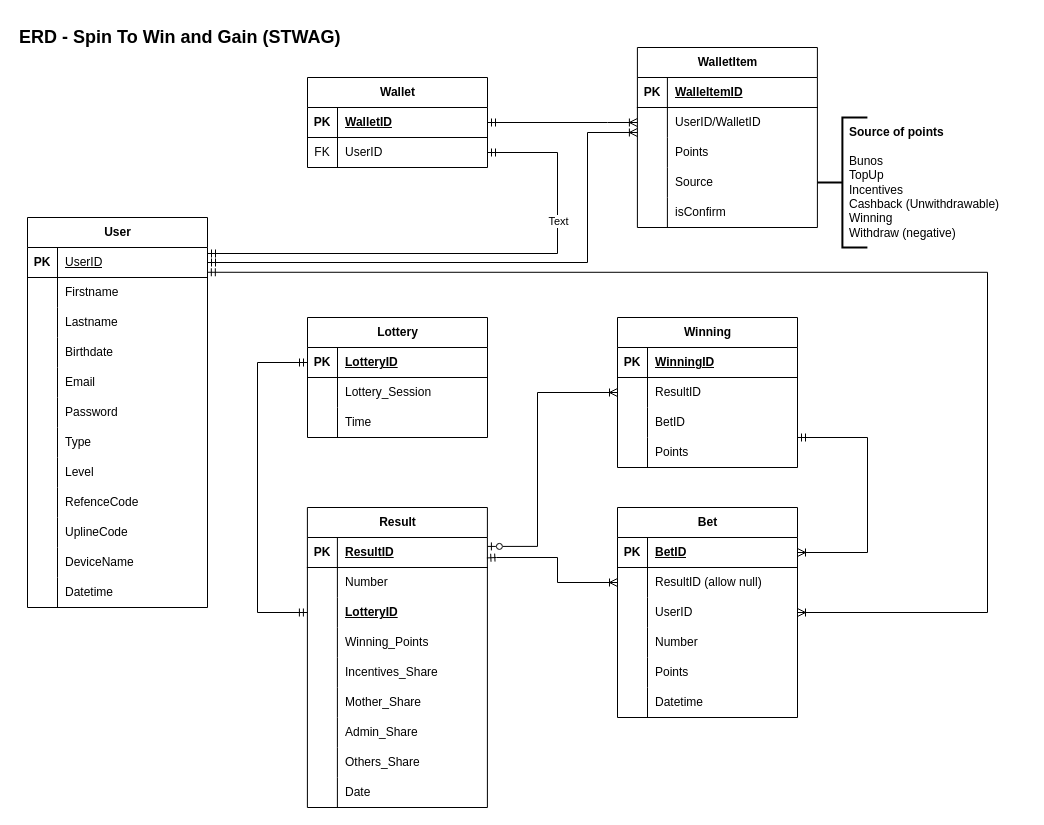
ediangca/STWAG keeps this draw.io diagram as STWAG.drawio. Above is the earlier version. Source tidied: cells renumbered, new cells numbered last; positions are measured from the earlier drawing's top-left corner, leaving out a move shared by most shapes. Both pictures are drawn from the tidied source at 100%, with x=0, y=0 at pixel (17, 17).
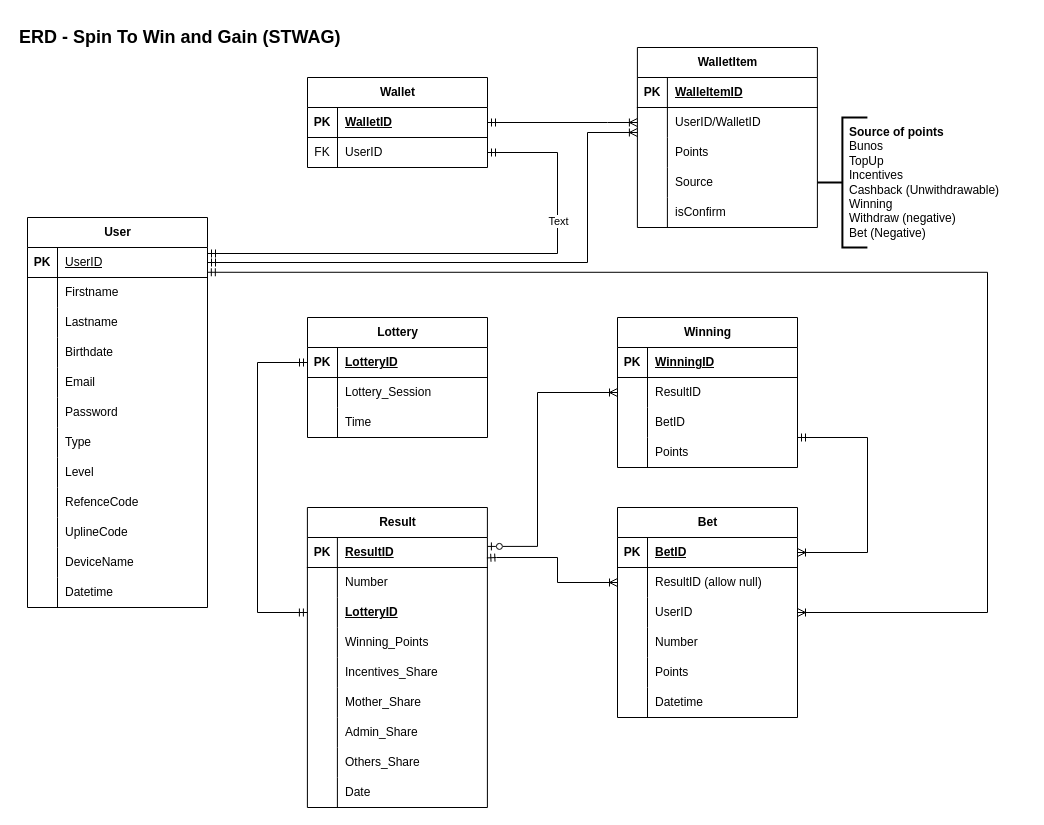
The same diagram, later.

The change refers to these unchanged cells:
```xml
<mxCell id="125" style="group;" parent="1" vertex="1">
  <mxGeometry x="619.9" y="30" width="390" height="200" as="geometry" />
</mxCell>
```

Diff of the diagram source:
```diff
@@
-    <mxCell id="142" style="group;" parent="125" vertex="1">
+    <mxCell id="142" value=" " style="group;" parent="125" vertex="1">
       <mxGeometry x="180" y="70" width="210" height="130" as="geometry" />
     </mxCell>
@@
-    <mxCell id="144" value="Source of points&lt;div&gt;&lt;br&gt;&lt;/div&gt;&lt;div&gt;&lt;font style=&quot;font-weight: normal;&quot;&gt;Bunos&lt;/font&gt;&lt;/div&gt;&lt;div&gt;&lt;font style=&quot;font-weight: normal;&quot;&gt;TopUp&lt;/font&gt;&lt;/div&gt;&lt;div&gt;&lt;font style=&quot;font-weight: normal;&quot;&gt;Incentives&lt;/font&gt;&lt;/div&gt;&lt;div&gt;&lt;font style=&quot;font-weight: normal;&quot;&gt;Cashback (Unwithdrawable)&lt;/font&gt;&lt;/div&gt;&lt;div&gt;&lt;font style=&quot;font-weight: normal;&quot;&gt;Winning&lt;/font&gt;&lt;/div&gt;&lt;div&gt;&lt;font style=&quot;font-weight: normal;&quot;&gt;Withdraw (negative)&lt;/font&gt;&lt;/div&gt;" style="text;html=1;align=left;verticalAlign=middle;whiteSpace=wrap;rounded=0;fontFamily=Helvetica;fontSize=12;fontColor=default;fontStyle=1;" parent="142" vertex="1">
+    <mxCell id="144" value="Source of points&lt;div&gt;&lt;span style=&quot;font-weight: normal; background-color: transparent; color: light-dark(rgb(0, 0, 0), rgb(255, 255, 255));&quot;&gt;Bunos&lt;/span&gt;&lt;/div&gt;&lt;div&gt;&lt;font style=&quot;font-weight: normal;&quot;&gt;TopUp&lt;/font&gt;&lt;/div&gt;&lt;div&gt;&lt;font style=&quot;font-weight: normal;&quot;&gt;Incentives&lt;/font&gt;&lt;/div&gt;&lt;div&gt;&lt;font style=&quot;font-weight: normal;&quot;&gt;Cashback (Unwithdrawable)&lt;/font&gt;&lt;/div&gt;&lt;div&gt;&lt;font style=&quot;font-weight: normal;&quot;&gt;Winning&lt;/font&gt;&lt;/div&gt;&lt;div&gt;&lt;font style=&quot;font-weight: normal;&quot;&gt;Withdraw (negative)&lt;/font&gt;&lt;/div&gt;&lt;div&gt;&lt;font style=&quot;font-weight: normal;&quot;&gt;Bet (Negative)&lt;/font&gt;&lt;/div&gt;" style="text;html=1;align=left;verticalAlign=middle;whiteSpace=wrap;rounded=0;fontFamily=Helvetica;fontSize=12;fontColor=default;fontStyle=1;" parent="142" vertex="1">
       <mxGeometry x="30" y="15" width="180" height="100" as="geometry" />
     </mxCell>
```
